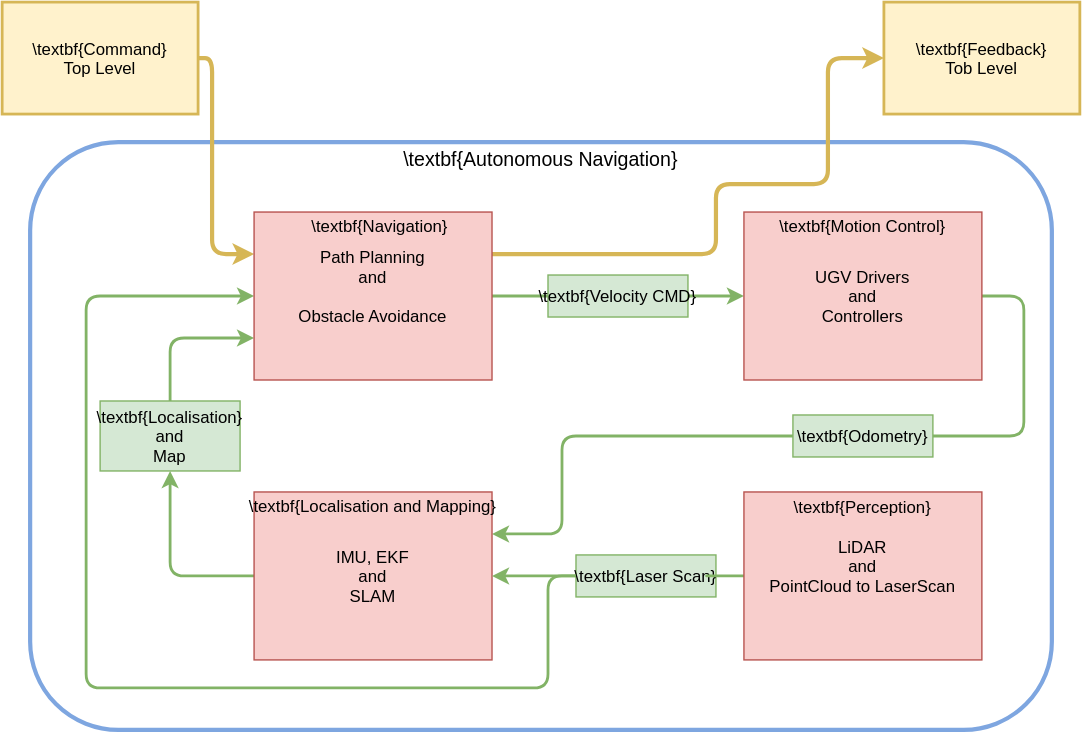
Above: Figures/figANMethod.drawio.svg in orjano-max/ORJANOS_MASTER_REPO (draw.io), before the change. Source tidied: cells renumbered, new cells last; positions are measured from the earlier drawing's top-left corner, leaving out a move shared by most shapes.
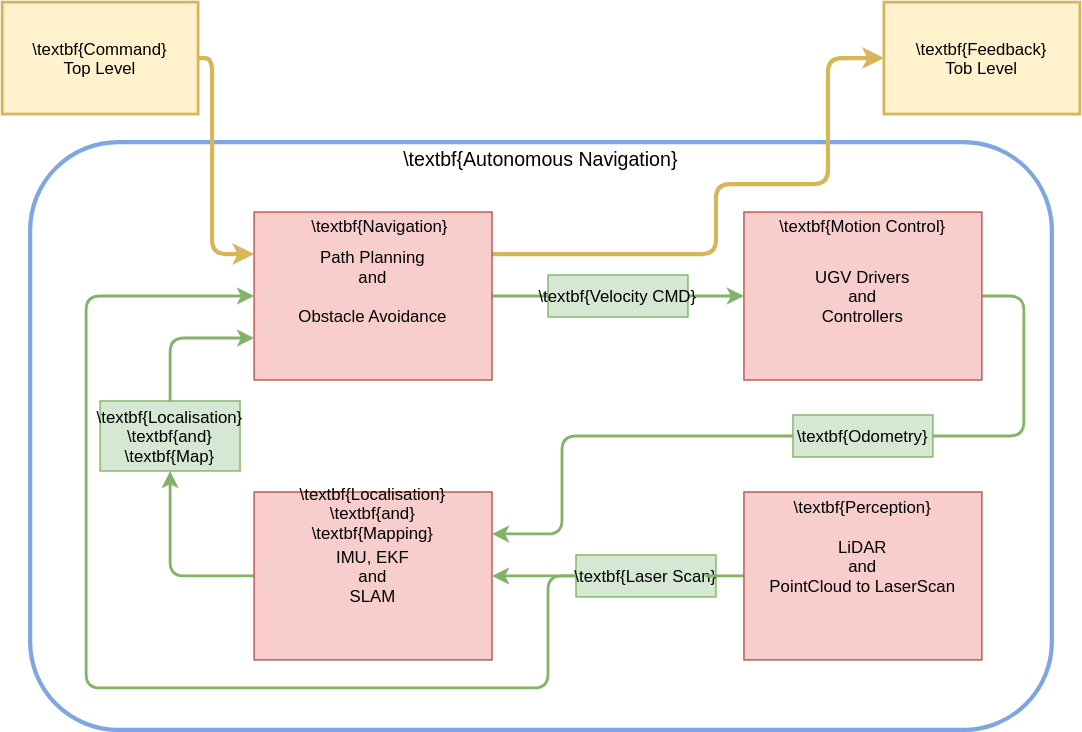
The same file after the commit.

Diff of the diagram source:
```diff
@@ -8,7 +8,7 @@
     <mxCell id="3" value="\textbf{Odometry}" style="rounded=0;fillColor=#d5e8d4;strokeColor=#82b366;" parent="1" vertex="1">
       <mxGeometry x="565" y="295" width="100" height="30" as="geometry" />
     </mxCell>
-    <mxCell id="4" value="\textbf{Localisation}&#10;and&#10;Map" style="rounded=0;fillColor=#d5e8d4;strokeColor=#82b366;" parent="1" vertex="1">
+    <mxCell id="4" value="\textbf{Localisation}&#10;\textbf{and}&#10;\textbf{Map}" style="rounded=0;fillColor=#d5e8d4;strokeColor=#82b366;" parent="1" vertex="1">
       <mxGeometry x="70" y="285" width="100" height="50" as="geometry" />
     </mxCell>
     <mxCell id="5" style="edgeStyle=orthogonalEdgeStyle;jettySize=auto;fillColor=#d5e8d4;strokeColor=#82b366;strokeWidth=2;rounded=1;exitX=1;exitY=0.5;exitDx=0;exitDy=0;entryX=0;entryY=0.5;entryDx=0;entryDy=0;" parent="1" edge="1" source="22" target="19">
@@ -102,13 +102,13 @@
       <mxGeometry x="410" y="395" width="100" height="30" as="geometry" />
     </mxCell>
     <mxCell id="24" style="group;" parent="1" vertex="1">
-      <mxGeometry x="180" y="350" width="170" height="120" as="geometry" />
+      <mxGeometry x="180" y="350" width="179.2" height="120" as="geometry" />
     </mxCell>
     <mxCell id="25" value="IMU, EKF&#10;and&#10;SLAM" style="rounded=0;fillColor=#f8cecc;strokeColor=#b85450;" parent="24" vertex="1">
       <mxGeometry width="170" height="120" as="geometry" />
     </mxCell>
-    <mxCell id="26" value="\textbf{Localisation and Mapping}" style="text;strokeColor=none;fillColor=none;align=center;verticalAlign=middle;rounded=0;" parent="24" vertex="1">
-      <mxGeometry x="-9.2" width="188.3" height="20" as="geometry" />
+    <mxCell id="26" value="\textbf{Localisation}&#10; \textbf{and}&#10; \textbf{Mapping}" style="text;strokeColor=none;fillColor=none;align=center;verticalAlign=middle;rounded=0;" parent="24" vertex="1">
+      <mxGeometry x="-9.2" width="188.3" height="30" as="geometry" />
     </mxCell>
     <mxCell id="27" style="edgeStyle=orthogonalEdgeStyle;jettySize=auto;fillColor=#d5e8d4;strokeColor=#82b366;strokeWidth=2;rounded=1;entryX=1;entryY=0.5;entryDx=0;entryDy=0;endArrow=none;endFill=0;exitX=0;exitY=0.5;exitDx=0;exitDy=0;" parent="1" edge="1" source="29" target="23">
       <mxGeometry relative="1" as="geometry">
```
